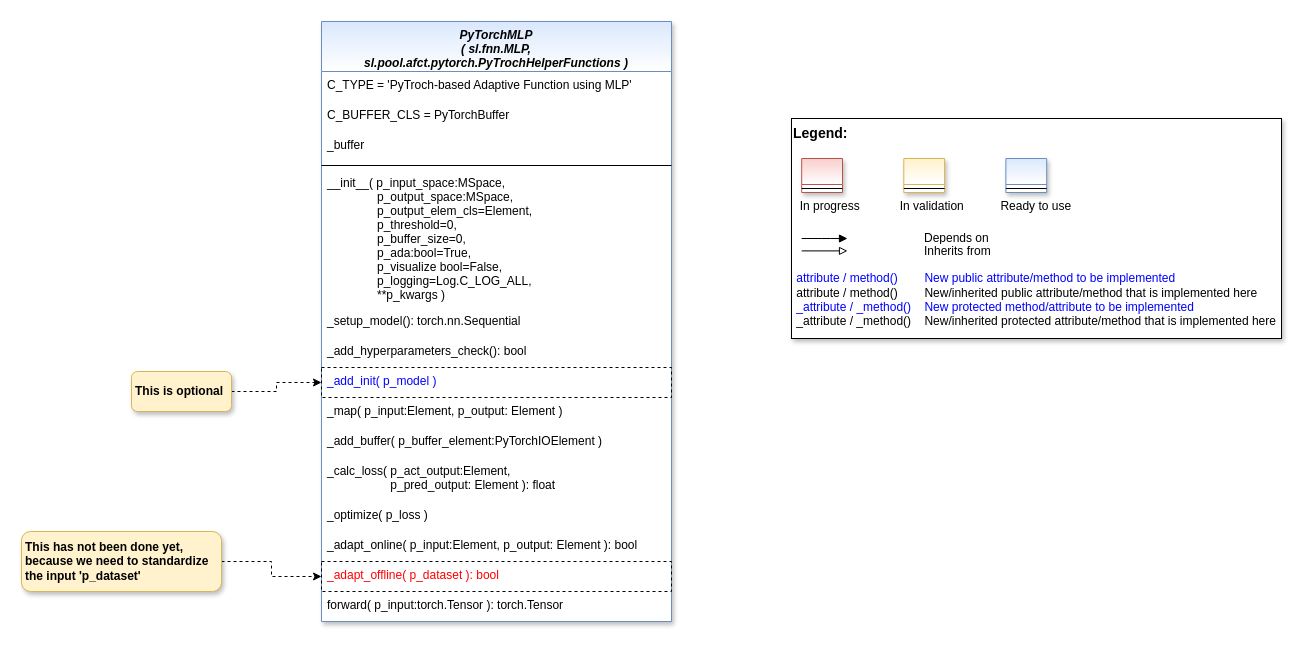
fhswf/MLPro keeps this draw.io diagram as doc/rtd/content/04_appendices/appendix2/sub/pool/mlpro_sl/images/MLPro-SL-pool-afct-fnn-pytorch_class_diagram.drawio. Above is the earlier version. Source tidied: cells renumbered, new cells numbered last; positions are measured from the earlier drawing's top-left corner, leaving out a move shared by most shapes. Both pictures are drawn from the tidied source at 100%, with x=0, y=0 at pixel (21, 21).
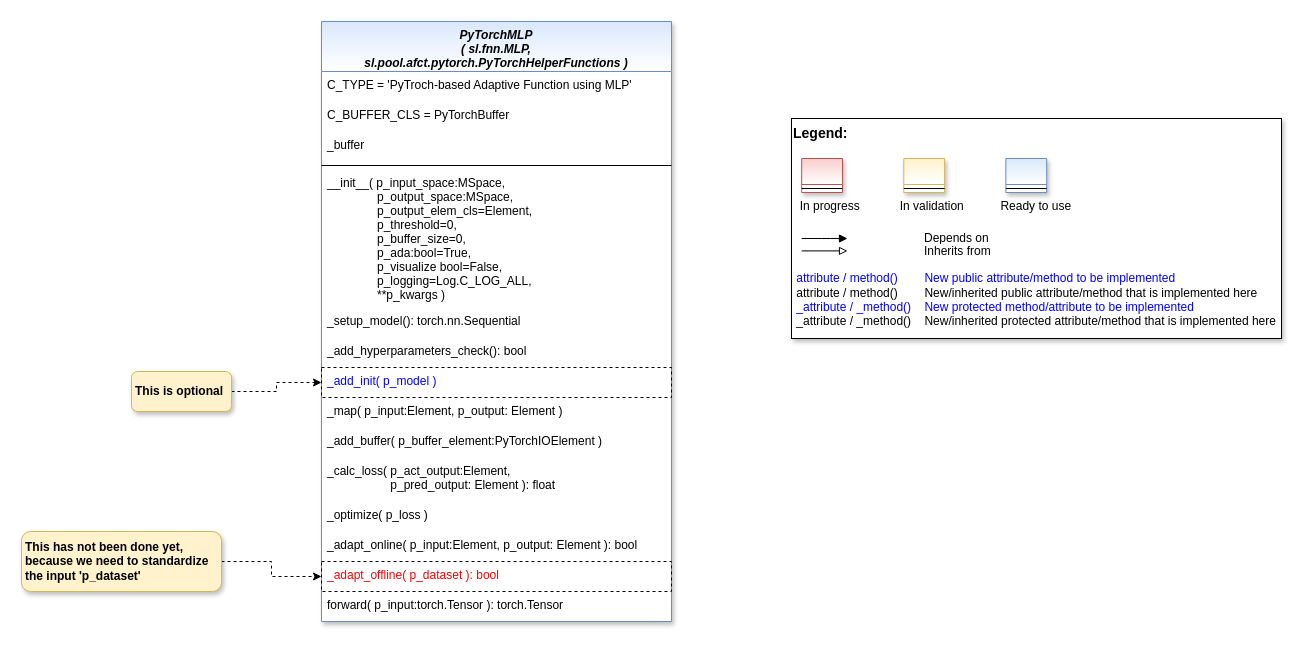
The same diagram, later.

Commit message (it also covers changes not shown here):
update class diagrams

Diff of the diagram source:
```diff
@@
-    <mxCell id="12" value="PyTorchMLP&#10;( sl.fnn.MLP,&#10;sl.pool.afct.pytorch.PyTrochHelperFunctions )" style="swimlane;fontStyle=3;align=center;verticalAlign=top;horizontal=1;startSize=50;rounded=0;shadow=1;strokeWidth=1;fillColor=#dae8fc;strokeColor=#6c8ebf;swimlaneFillColor=#ffffff;gradientColor=#FFFFFF;" parent="1" vertex="1">
+    <mxCell id="12" value="PyTorchMLP&#10;( sl.fnn.MLP,&#10;sl.pool.afct.pytorch.PyTorchHelperFunctions )" style="swimlane;fontStyle=3;align=center;verticalAlign=top;horizontal=1;startSize=50;rounded=0;shadow=1;strokeWidth=1;fillColor=#dae8fc;strokeColor=#6c8ebf;swimlaneFillColor=#ffffff;gradientColor=#FFFFFF;" parent="1" vertex="1">
       <mxGeometry x="300" width="350" height="600" as="geometry" />
     </mxCell>
```
